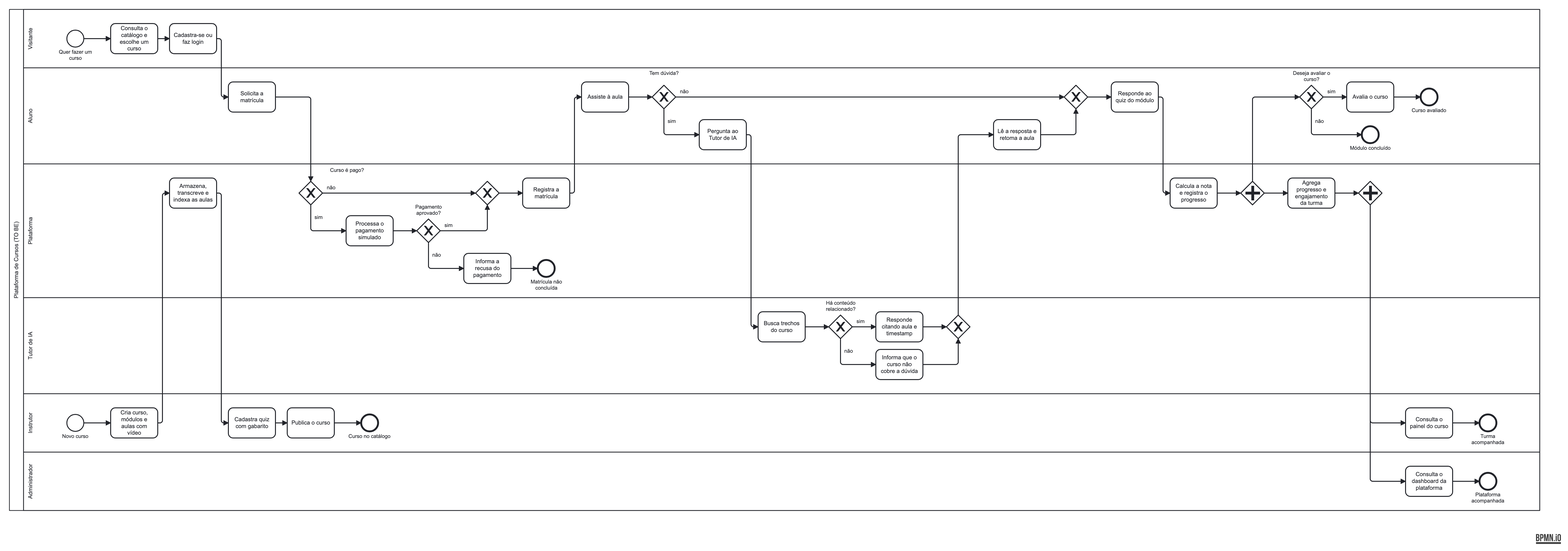
Before: especificacao/diagramas/04-mapeamento-de-negocios.png, a diagram exported from BPMN (Plataforma-de-Cursos-TCC/plataforma-cursos-docs). Its source is kept beside it as especificacao/diagramas/04-mapeamento-de-negocios.bpmn. Ids are renumbered.
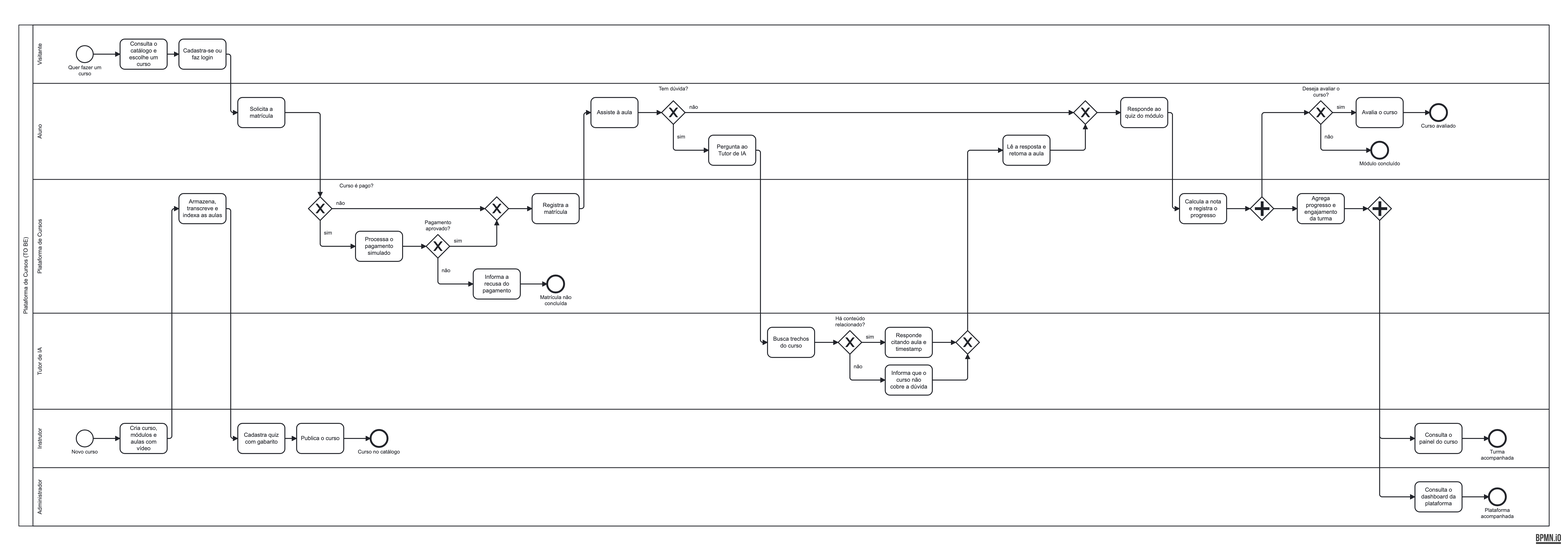
Later version of the same file.

Diff of the diagram source:
```diff
@@ -22,7 +22,7 @@
         <bpmn:flowNodeRef>a12</bpmn:flowNodeRef>
         <bpmn:flowNodeRef>a13</bpmn:flowNodeRef>
       </bpmn:lane>
-      <bpmn:lane id="L_pla" name="Plataforma">
+      <bpmn:lane id="L_pla" name="Plataforma de Cursos">
         <bpmn:flowNodeRef>p2</bpmn:flowNodeRef>
         <bpmn:flowNodeRef>p3</bpmn:flowNodeRef>
         <bpmn:flowNodeRef>p4</bpmn:flowNodeRef>
```
